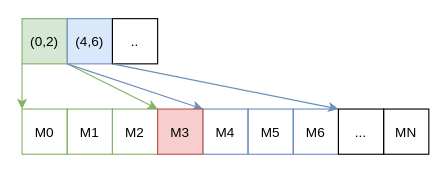
Earlier version of the draw.io diagram page "Page-2" (2 of 3) of master_thesis/figures/data.drawio (MatusT/master-thesis). Source tidied: cells renumbered, new cells numbered last; positions are measured from the earlier drawing's top-left corner, leaving out a move shared by most shapes. Both pictures are drawn from the tidied source at 113%, with x=0, y=0 at pixel (21, 18).
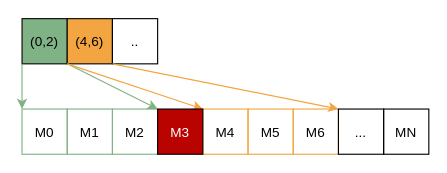
The same page after the edit.

What changed in the source:
```diff
@@
-    <mxCell id="2" value="(0,2)" style="rounded=0;fillColor=#d5e8d4;strokeColor=#82b366;" parent="1" vertex="1">
+    <mxCell id="2" value="(0,2)" style="rounded=0;fillColor=#7FB285;strokeColor=#080808;" parent="1" vertex="1">
       <mxGeometry width="40" height="40" as="geometry" />
     </mxCell>
-    <mxCell id="3" value="(4,6)" style="rounded=0;fillColor=#dae8fc;strokeColor=#6c8ebf;" parent="1" vertex="1">
+    <mxCell id="3" value="(4,6)" style="rounded=0;fillColor=#F2A541;strokeColor=#080808;" parent="1" vertex="1">
       <mxGeometry x="40" width="40" height="40" as="geometry" />
     </mxCell>
-    <mxCell id="4" style="endArrow=classic;exitX=0;exitY=1;exitDx=0;exitDy=0;entryX=0;entryY=0;entryDx=0;entryDy=0;fillColor=#d5e8d4;strokeColor=#82b366;" parent="1" edge="1" source="2">
+    <mxCell id="4" style="endArrow=classic;exitX=0;exitY=1;exitDx=0;exitDy=0;entryX=0;entryY=0;entryDx=0;entryDy=0;fillColor=#d5e8d4;strokeColor=#7FB285;" parent="1" edge="1" source="2">
       <mxGeometry relative="1" as="geometry">
         <mxPoint y="80" as="targetPoint" />
       </mxGeometry>
     </mxCell>
-    <mxCell id="5" style="endArrow=classic;exitX=1;exitY=1;exitDx=0;exitDy=0;entryX=1;entryY=0;entryDx=0;entryDy=0;fillColor=#d5e8d4;strokeColor=#82b366;" parent="1" edge="1" source="2">
+    <mxCell id="5" style="endArrow=classic;exitX=1;exitY=1;exitDx=0;exitDy=0;entryX=1;entryY=0;entryDx=0;entryDy=0;fillColor=#d5e8d4;strokeColor=#7FB285;" parent="1" edge="1" source="2">
       <mxGeometry relative="1" as="geometry">
         <mxPoint x="120" y="80" as="targetPoint" />
       </mxGeometry>
     </mxCell>
@@
-    <mxCell id="7" style="endArrow=classic;exitX=1;exitY=1;exitDx=0;exitDy=0;entryX=0;entryY=0;entryDx=0;entryDy=0;fillColor=#dae8fc;strokeColor=#6c8ebf;" parent="1" edge="1" source="3">
+    <mxCell id="7" style="endArrow=classic;exitX=1;exitY=1;exitDx=0;exitDy=0;entryX=0;entryY=0;entryDx=0;entryDy=0;fillColor=#dae8fc;strokeColor=#F2A541;" parent="1" edge="1" source="3">
       <mxGeometry relative="1" as="geometry">
         <mxPoint x="280" y="80" as="targetPoint" />
       </mxGeometry>
     </mxCell>
-    <mxCell id="8" style="endArrow=classic;exitX=0;exitY=1;exitDx=0;exitDy=0;entryX=0;entryY=0;entryDx=0;entryDy=0;fillColor=#dae8fc;strokeColor=#6c8ebf;" parent="1" edge="1" source="3">
+    <mxCell id="8" style="endArrow=classic;exitX=0;exitY=1;exitDx=0;exitDy=0;entryX=0;entryY=0;entryDx=0;entryDy=0;fillColor=#dae8fc;strokeColor=#F2A541;" parent="1" edge="1" source="3">
       <mxGeometry relative="1" as="geometry">
         <mxPoint x="160" y="80" as="targetPoint" />
       </mxGeometry>
     </mxCell>
-    <mxCell id="9" value="M0" style="rounded=0;strokeColor=#82b366;fillColor=none;" parent="1" vertex="1">
+    <mxCell id="9" value="M0" style="rounded=0;fillColor=none;strokeColor=#7FB285;" parent="1" vertex="1">
       <mxGeometry y="80" width="40" height="40" as="geometry" />
     </mxCell>
-    <mxCell id="10" value="M1" style="rounded=0;strokeColor=#82b366;fillColor=none;" parent="1" vertex="1">
+    <mxCell id="10" value="M1" style="rounded=0;fillColor=none;strokeColor=#7FB285;" parent="1" vertex="1">
       <mxGeometry x="40" y="80" width="40" height="40" as="geometry" />
     </mxCell>
-    <mxCell id="11" value="M2" style="rounded=0;strokeColor=#82b366;fillColor=none;" parent="1" vertex="1">
+    <mxCell id="11" value="M2" style="rounded=0;fillColor=none;strokeColor=#7FB285;" parent="1" vertex="1">
       <mxGeometry x="80" y="80" width="40" height="40" as="geometry" />
     </mxCell>
-    <mxCell id="12" value="M4" style="rounded=0;strokeColor=#6c8ebf;fillColor=none;" parent="1" vertex="1">
+    <mxCell id="12" value="M4" style="rounded=0;fillColor=none;strokeColor=#F2A541;" parent="1" vertex="1">
       <mxGeometry x="160" y="80" width="40" height="40" as="geometry" />
     </mxCell>
-    <mxCell id="13" value="M5" style="rounded=0;strokeColor=#6c8ebf;fillColor=none;" parent="1" vertex="1">
+    <mxCell id="13" value="M5" style="rounded=0;fillColor=none;strokeColor=#F2A541;" parent="1" vertex="1">
       <mxGeometry x="200" y="80" width="40" height="40" as="geometry" />
     </mxCell>
-    <mxCell id="14" value="M6" style="rounded=0;strokeColor=#6c8ebf;fillColor=none;" parent="1" vertex="1">
+    <mxCell id="14" value="M6" style="rounded=0;fillColor=none;strokeColor=#F2A541;" parent="1" vertex="1">
       <mxGeometry x="240" y="80" width="40" height="40" as="geometry" />
     </mxCell>
@@
-    <mxCell id="17" value="M3" style="rounded=0;fillColor=#f8cecc;strokeColor=#b85450;" parent="1" vertex="1">
+    <mxCell id="17" value="M3" style="rounded=0;fillColor=#B80300;strokeColor=#050000;fontColor=#FFFFFF;" parent="1" vertex="1">
       <mxGeometry x="120" y="80" width="40" height="40" as="geometry" />
     </mxCell>
```
